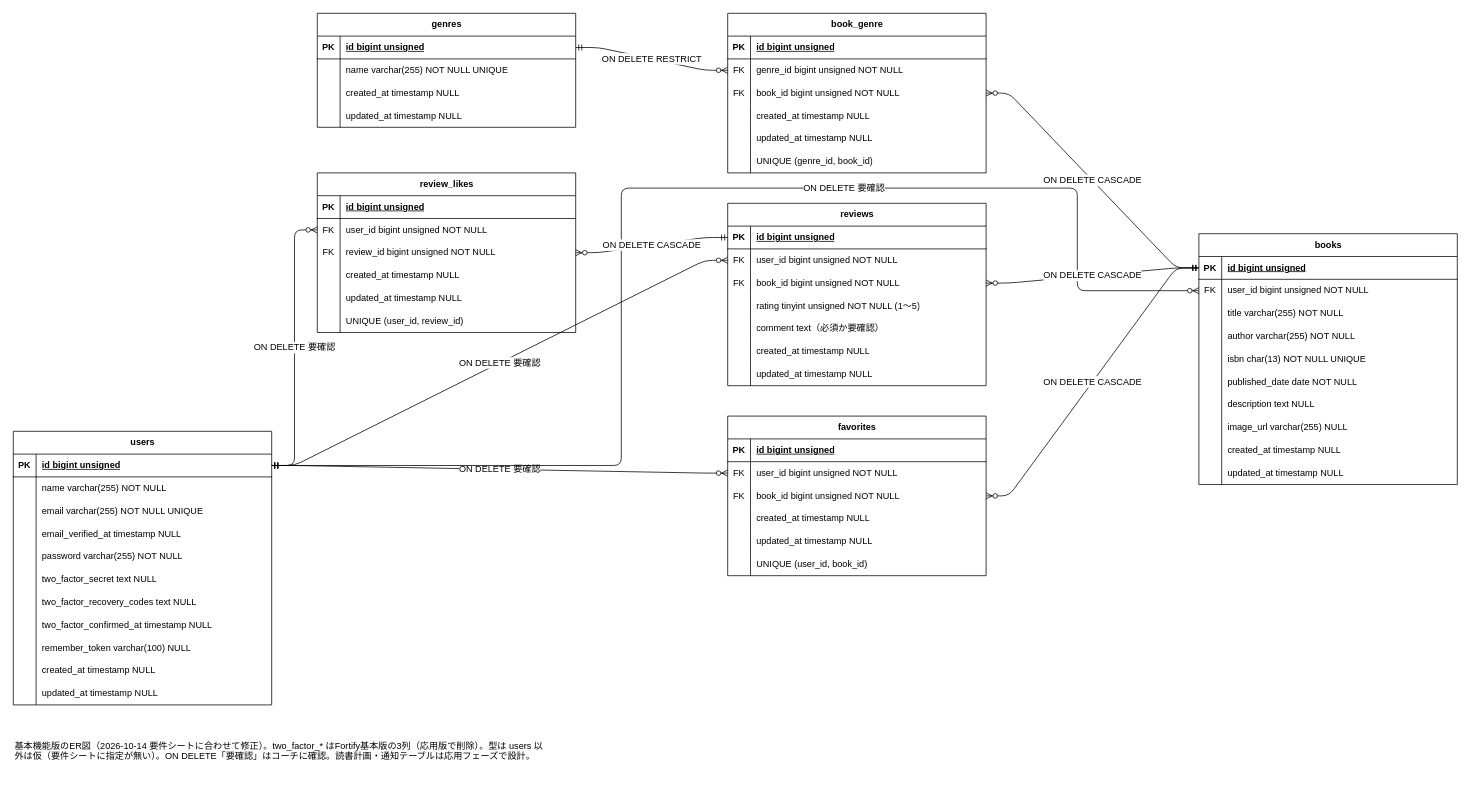
hogasuke/bookshelf-app keeps this draw.io diagram as docs/db/er.drawio. Above is the earlier version. Source tidied: cells renumbered, new cells numbered last; positions are measured from the earlier drawing's top-left corner, leaving out a move shared by most shapes. Both pictures are drawn from the tidied source at 76%, with x=0, y=0 at pixel (13, 13).
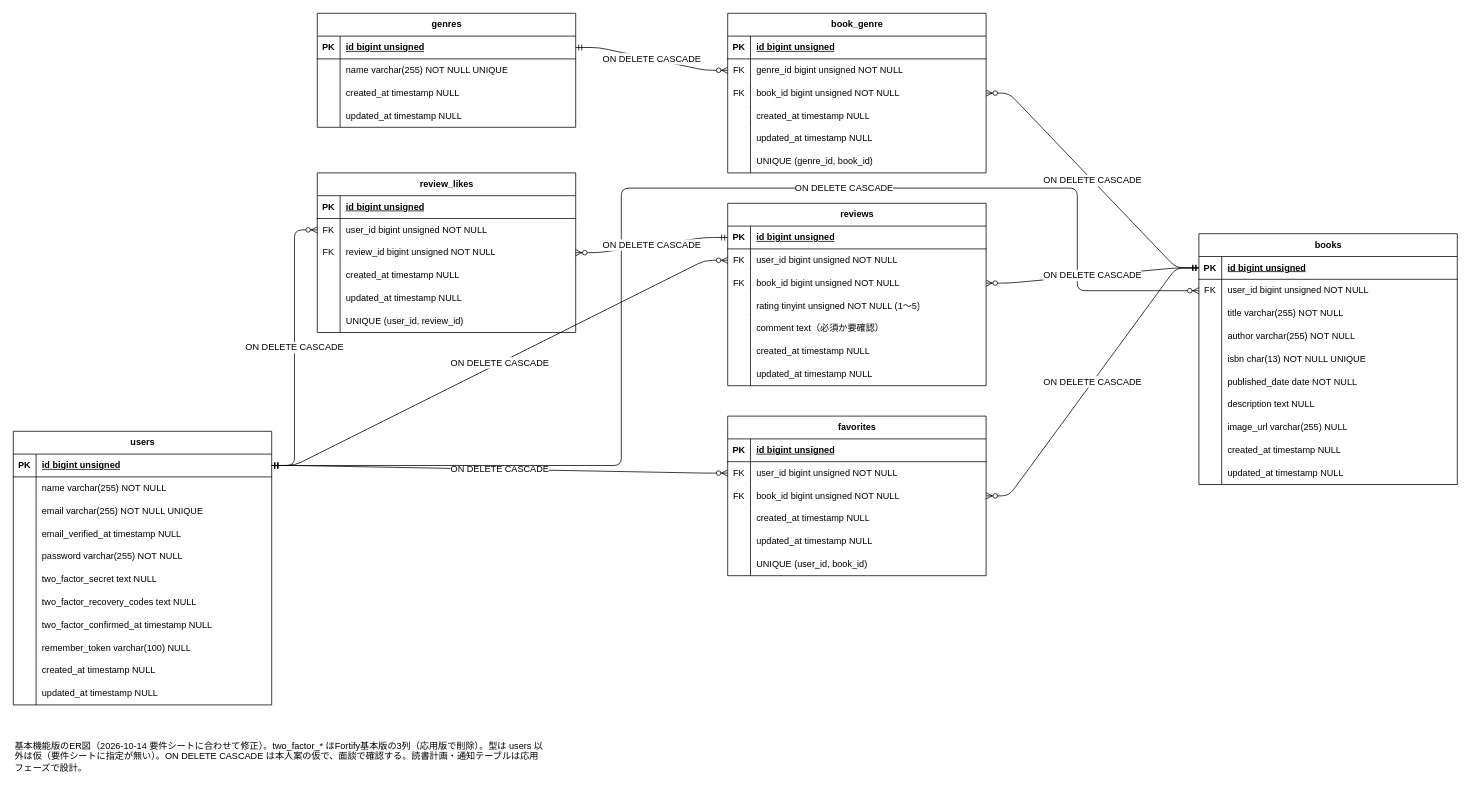
The same diagram, later.

Unchanged cells that the change refers to:
```xml
<mxCell id="3" style="shape=tableRow;horizontal=0;startSize=0;swimlaneHead=0;swimlaneBody=0;fillColor=none;points=[[0,0.5],[1,0.5]];portConstraint=eastwest;top=0;left=0;right=0;bottom=1;" parent="2" vertex="1">
  <mxGeometry y="30" width="340" height="30" as="geometry" />
</mxCell>
<mxCell id="41" style="shape=tableRow;horizontal=0;startSize=0;swimlaneHead=0;swimlaneBody=0;fillColor=none;points=[[0,0.5],[1,0.5]];portConstraint=eastwest;top=0;left=0;right=0;bottom=0;" parent="36" vertex="1">
  <mxGeometry y="60" width="340" height="30" as="geometry" />
</mxCell>
<mxCell id="68" style="shape=tableRow;horizontal=0;startSize=0;swimlaneHead=0;swimlaneBody=0;fillColor=none;points=[[0,0.5],[1,0.5]];portConstraint=eastwest;top=0;left=0;right=0;bottom=1;" parent="67" vertex="1">
  <mxGeometry y="30" width="340" height="30" as="geometry" />
</mxCell>
<mxCell id="84" style="shape=tableRow;horizontal=0;startSize=0;swimlaneHead=0;swimlaneBody=0;fillColor=none;points=[[0,0.5],[1,0.5]];portConstraint=eastwest;top=0;left=0;right=0;bottom=0;" parent="80" vertex="1">
  <mxGeometry y="60" width="340" height="30" as="geometry" />
</mxCell>
<mxCell id="105" style="shape=tableRow;horizontal=0;startSize=0;swimlaneHead=0;swimlaneBody=0;fillColor=none;points=[[0,0.5],[1,0.5]];portConstraint=eastwest;top=0;left=0;right=0;bottom=0;" parent="101" vertex="1">
  <mxGeometry y="60" width="340" height="30" as="geometry" />
</mxCell>
<mxCell id="127" style="shape=tableRow;horizontal=0;startSize=0;swimlaneHead=0;swimlaneBody=0;fillColor=none;points=[[0,0.5],[1,0.5]];portConstraint=eastwest;top=0;left=0;right=0;bottom=0;" parent="123" vertex="1">
  <mxGeometry y="60" width="340" height="30" as="geometry" />
</mxCell>
<mxCell id="150" style="shape=tableRow;horizontal=0;startSize=0;swimlaneHead=0;swimlaneBody=0;fillColor=none;points=[[0,0.5],[1,0.5]];portConstraint=eastwest;top=0;left=0;right=0;bottom=0;" parent="146" vertex="1">
  <mxGeometry y="60" width="340" height="30" as="geometry" />
</mxCell>
```

The edit, as a diff of the source:
```diff
@@
-    <mxCell id="99" value="ON DELETE RESTRICT" style="edgeStyle=entityRelationEdgeStyle;fontSize=12;html=1;endArrow=ERzeroToMany;startArrow=ERmandOne;exitX=1;exitY=0.5;exitDx=0;exitDy=0;entryX=0;entryY=0.5;entryDx=0;entryDy=0;" parent="1" edge="1" source="68" target="84">
+    <mxCell id="99" value="ON DELETE CASCADE" style="edgeStyle=entityRelationEdgeStyle;fontSize=12;html=1;endArrow=ERzeroToMany;startArrow=ERmandOne;exitX=1;exitY=0.5;exitDx=0;exitDy=0;entryX=0;entryY=0.5;entryDx=0;entryDy=0;" parent="1" edge="1" source="68" target="84">
       <mxGeometry relative="1" as="geometry" />
     </mxCell>
@@
-    <mxCell id="120" value="ON DELETE 要確認" style="edgeStyle=entityRelationEdgeStyle;fontSize=12;html=1;endArrow=ERzeroToMany;startArrow=ERmandOne;exitX=1;exitY=0.5;exitDx=0;exitDy=0;entryX=0;entryY=0.5;entryDx=0;entryDy=0;" parent="1" edge="1" source="3" target="105">
+    <mxCell id="120" value="ON DELETE CASCADE" style="edgeStyle=entityRelationEdgeStyle;fontSize=12;html=1;endArrow=ERzeroToMany;startArrow=ERmandOne;exitX=1;exitY=0.5;exitDx=0;exitDy=0;entryX=0;entryY=0.5;entryDx=0;entryDy=0;" parent="1" edge="1" source="3" target="105">
       <mxGeometry relative="1" as="geometry" />
     </mxCell>
-    <mxCell id="121" value="ON DELETE 要確認" style="edgeStyle=segmentEdgeStyle;fontSize=12;html=1;endArrow=ERzeroToMany;startArrow=ERmandOne;exitX=1;exitY=0.5;exitDx=0;exitDy=0;entryX=0;entryY=0.5;entryDx=0;entryDy=0;" parent="1" edge="1" source="3" target="41">
+    <mxCell id="121" value="ON DELETE CASCADE" style="edgeStyle=segmentEdgeStyle;fontSize=12;html=1;endArrow=ERzeroToMany;startArrow=ERmandOne;exitX=1;exitY=0.5;exitDx=0;exitDy=0;entryX=0;entryY=0.5;entryDx=0;entryDy=0;" parent="1" edge="1" source="3" target="41">
       <mxGeometry x="0.3" relative="1" as="geometry">
         <Array as="points">
           <mxPoint x="800" y="595" />
           <mxPoint x="800" y="230" />
           <mxPoint x="1400" y="230" />
           <mxPoint x="1400" y="365" />
         </Array>
       </mxGeometry>
     </mxCell>
@@
-    <mxCell id="165" value="ON DELETE 要確認" style="edgeStyle=entityRelationEdgeStyle;fontSize=12;html=1;endArrow=ERzeroToMany;startArrow=ERmandOne;exitX=1;exitY=0.5;exitDx=0;exitDy=0;entryX=0;entryY=0.5;entryDx=0;entryDy=0;" parent="1" edge="1" source="3" target="150">
+    <mxCell id="165" value="ON DELETE CASCADE" style="edgeStyle=entityRelationEdgeStyle;fontSize=12;html=1;endArrow=ERzeroToMany;startArrow=ERmandOne;exitX=1;exitY=0.5;exitDx=0;exitDy=0;entryX=0;entryY=0.5;entryDx=0;entryDy=0;" parent="1" edge="1" source="3" target="150">
       <mxGeometry relative="1" as="geometry" />
     </mxCell>
@@
-    <mxCell id="167" value="ON DELETE 要確認" style="edgeStyle=entityRelationEdgeStyle;fontSize=12;html=1;endArrow=ERzeroToMany;startArrow=ERmandOne;exitX=1;exitY=0.5;exitDx=0;exitDy=0;entryX=0;entryY=0.5;entryDx=0;entryDy=0;" parent="1" edge="1" source="3" target="127">
+    <mxCell id="167" value="ON DELETE CASCADE" style="edgeStyle=entityRelationEdgeStyle;fontSize=12;html=1;endArrow=ERzeroToMany;startArrow=ERmandOne;exitX=1;exitY=0.5;exitDx=0;exitDy=0;entryX=0;entryY=0.5;entryDx=0;entryDy=0;" parent="1" edge="1" source="3" target="127">
       <mxGeometry relative="1" as="geometry" />
     </mxCell>
-    <mxCell id="168" value="基本機能版のER図（2026-10-14 要件シートに合わせて修正）。two_factor_* はFortify基本版の3列（応用版で削除）。型は users 以外は仮（要件シートに指定が無い）。ON DELETE「要確認」はコーチに確認。読書計画・通知テーブルは応用フェーズで設計。" style="text;html=1;whiteSpace=wrap;align=left;verticalAlign=top;" parent="1" vertex="1">
+    <mxCell id="168" value="基本機能版のER図（2026-10-14 要件シートに合わせて修正）。two_factor_* はFortify基本版の3列（応用版で削除）。型は users 以外は仮（要件シートに指定が無い）。ON DELETE CASCADE は本人案の仮で、面談で確認する。読書計画・通知テーブルは応用フェーズで設計。" style="text;html=1;whiteSpace=wrap;align=left;verticalAlign=top;" parent="1" vertex="1">
       <mxGeometry y="950" width="700" height="80" as="geometry" />
     </mxCell>
```
